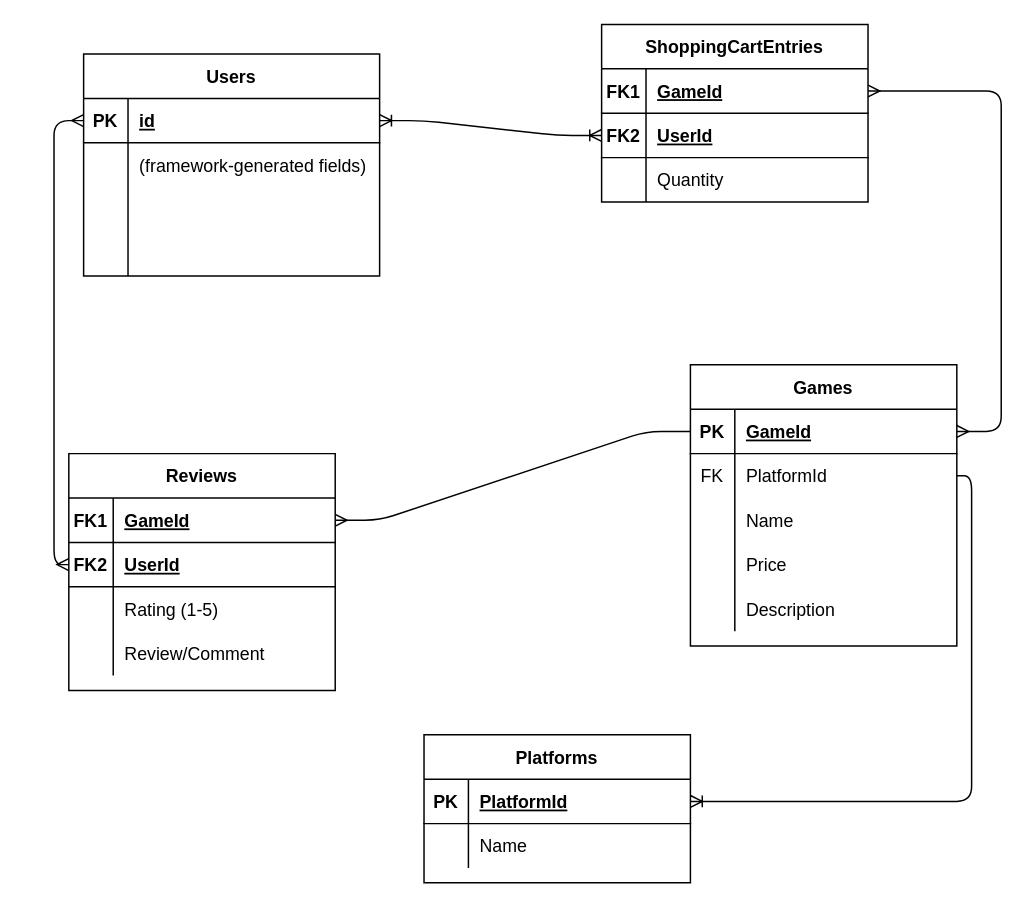
This is eCommerce ERD.drawio from dylanbram354/ECommerceBackend, a draw.io file, before an edit. Source tidied: cells renumbered, new cells numbered last; positions are measured from the earlier drawing's top-left corner, leaving out a move shared by most shapes. Both pictures are drawn from the tidied source at 148%, with x=0, y=0 at pixel (68, 24).
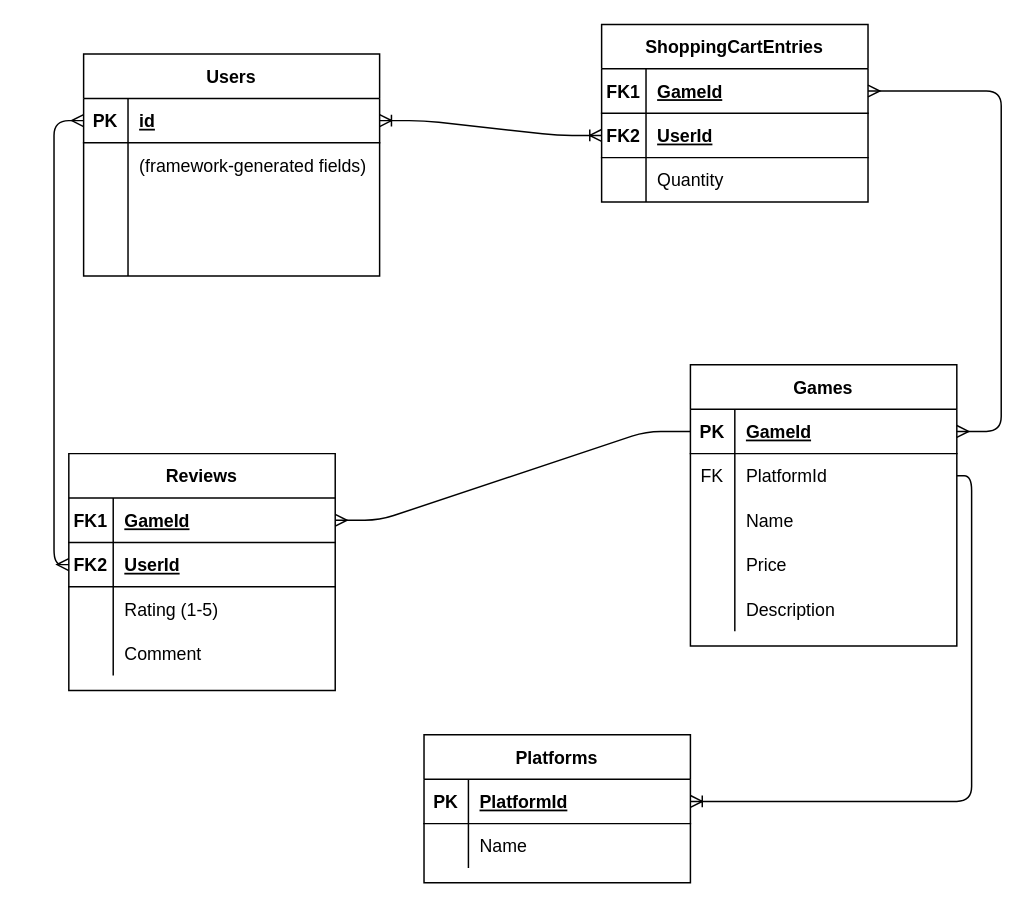
The same diagram, later.

The change refers to these unchanged cells:
```xml
<mxCell id="51" style="shape=partialRectangle;fillColor=none;top=0;left=0;bottom=0;right=0;" parent="41" vertex="1">
  <mxGeometry y="120" width="180" height="30" as="geometry" />
</mxCell>
```

Change to the diagram source:
```diff
@@
-    <mxCell id="53" value="Review/Comment" style="shape=partialRectangle;fillColor=none;top=0;left=0;bottom=0;right=0;align=left;spacingLeft=6;fontStyle=0;overflow=hidden;" parent="51" vertex="1">
+    <mxCell id="53" value="Comment" style="shape=partialRectangle;fillColor=none;top=0;left=0;bottom=0;right=0;align=left;spacingLeft=6;fontStyle=0;overflow=hidden;" parent="51" vertex="1">
       <mxGeometry x="30" width="150" height="30" as="geometry" />
     </mxCell>
```
